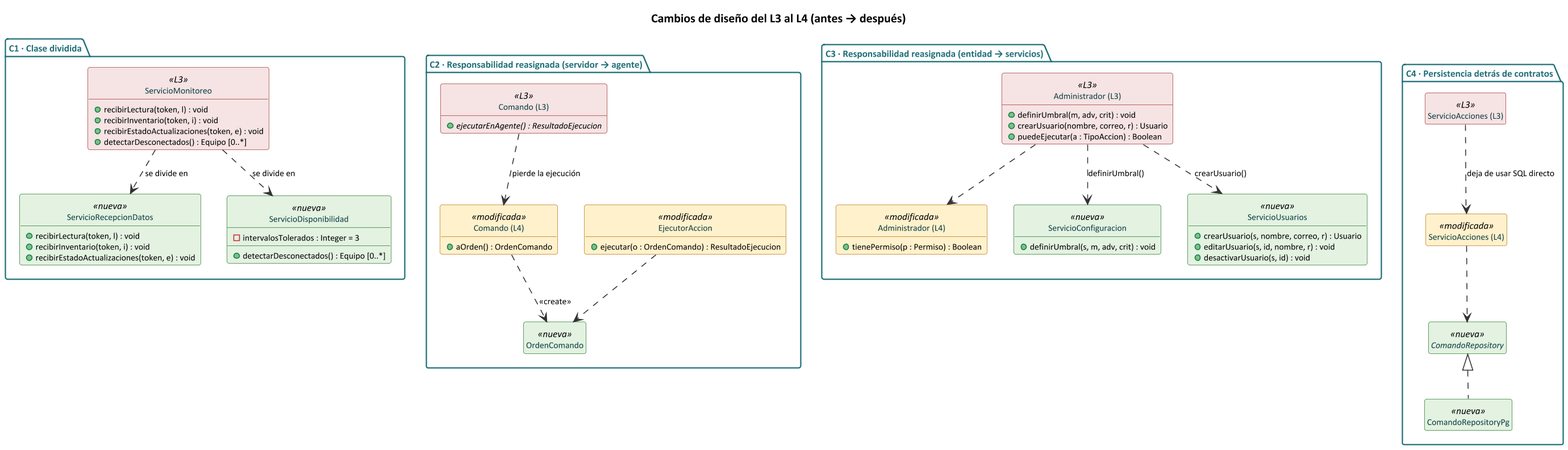
The PlantUML diagram docs/uml/refactorizacion_l4.png in gazpel/SentinelaTI, before a commit. Source of this version:
```plantuml
@startuml refactorizacion_l4
hide circle
hide empty members
skinparam dpi 150
skinparam shadowing false
skinparam defaultFontName Calibri
skinparam defaultFontSize 11
skinparam nodesep 30
skinparam ranksep 35
skinparam ArrowColor #333333
skinparam ArrowFontSize 10
skinparam class {
  BackgroundColor #EAF4F5
  BorderColor #1F6F78
  FontColor #0B3C40
  AttributeFontSize 10
  BackgroundColor<<L3>> #F6E3E3
  BorderColor<<L3>> #A33A3A
  BackgroundColor<<nueva>> #E3F2E1
  BorderColor<<nueva>> #2F7D32
  BackgroundColor<<modificada>> #FFF1CC
  BorderColor<<modificada>> #B7791F
}
skinparam package {
  BackgroundColor #FFFFFF
  BorderColor #1F6F78
  FontColor #1F6F78
}

title Cambios de diseño del L3 al L4 (antes → después)

package "C1 · Clase dividida" {
  class "ServicioMonitoreo" as SM <<L3>> {
    + recibirLectura(token, l) : void
    + recibirInventario(token, i) : void
    + recibirEstadoActualizaciones(token, e) : void
    + detectarDesconectados() : Equipo [0..*]
  }
  class "ServicioRecepcionDatos" as SRD <<nueva>> {
    + recibirLectura(token, l) : void
    + recibirInventario(token, i) : void
    + recibirEstadoActualizaciones(token, e) : void
  }
  class "ServicioDisponibilidad" as SD <<nueva>> {
    - intervalosTolerados : Integer = 3
    + detectarDesconectados() : Equipo [0..*]
  }
  SM .down.> SRD : se divide en
  SM .down.> SD : se divide en
}

package "C2 · Responsabilidad reasignada (servidor → agente)" {
  class "Comando (L3)" as C3 <<L3>> {
    + {abstract} ejecutarEnAgente() : ResultadoEjecucion
  }
  class "Comando (L4)" as C4 <<modificada>> {
    + aOrden() : OrdenComando
  }
  class "OrdenComando" as OC <<nueva>>
  class "EjecutorAccion" as EA <<modificada>> {
    + ejecutar(o : OrdenComando) : ResultadoEjecucion
  }
  C3 .down.> C4 : pierde la ejecución
  C4 ..> OC : <<create>>
  EA ..> OC
}

package "C3 · Responsabilidad reasignada (entidad → servicios)" {
  class "Administrador (L3)" as AD3 <<L3>> {
    + definirUmbral(m, adv, crit) : void
    + crearUsuario(nombre, correo, r) : Usuario
    + puedeEjecutar(a : TipoAccion) : Boolean
  }
  class "Administrador (L4)" as AD4 <<modificada>> {
    + tienePermiso(p : Permiso) : Boolean
  }
  class "ServicioConfiguracion" as SC <<nueva>> {
    + definirUmbral(s, m, adv, crit) : void
  }
  class "ServicioUsuarios" as SU <<nueva>> {
    + crearUsuario(s, nombre, correo, r) : Usuario
    + editarUsuario(s, id, nombre, r) : void
    + desactivarUsuario(s, id) : void
  }
  AD3 .down.> AD4
  AD3 .down.> SC : definirUmbral()
  AD3 .down.> SU : crearUsuario()
}

package "C4 · Persistencia detrás de contratos" {
  class "ServicioAcciones (L3)" as SA3 <<L3>>
  class "ServicioAcciones (L4)" as SA4 <<modificada>>
  interface "ComandoRepository" as CR <<nueva>>
  class "ComandoRepositoryPg" as CRP <<nueva>>
  SA3 .down.> SA4 : deja de usar SQL directo
  SA4 ..> CR
  CRP .up.|> CR
}
@enduml
```
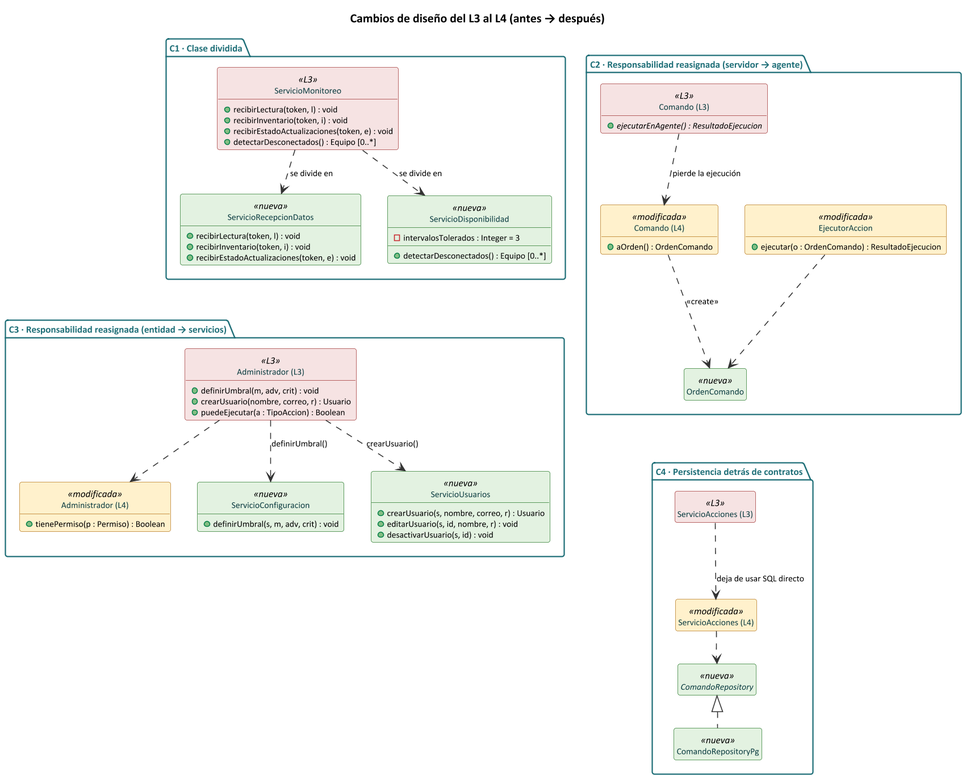
Later version of the same file.

Change to the diagram source:
```diff
@@ -96,4 +96,7 @@
   SA4 ..> CR
   CRP .up.|> CR
 }
+
+SRD -[hidden]down- AD3
+OC -[hidden]down- SA3
 @enduml
```
